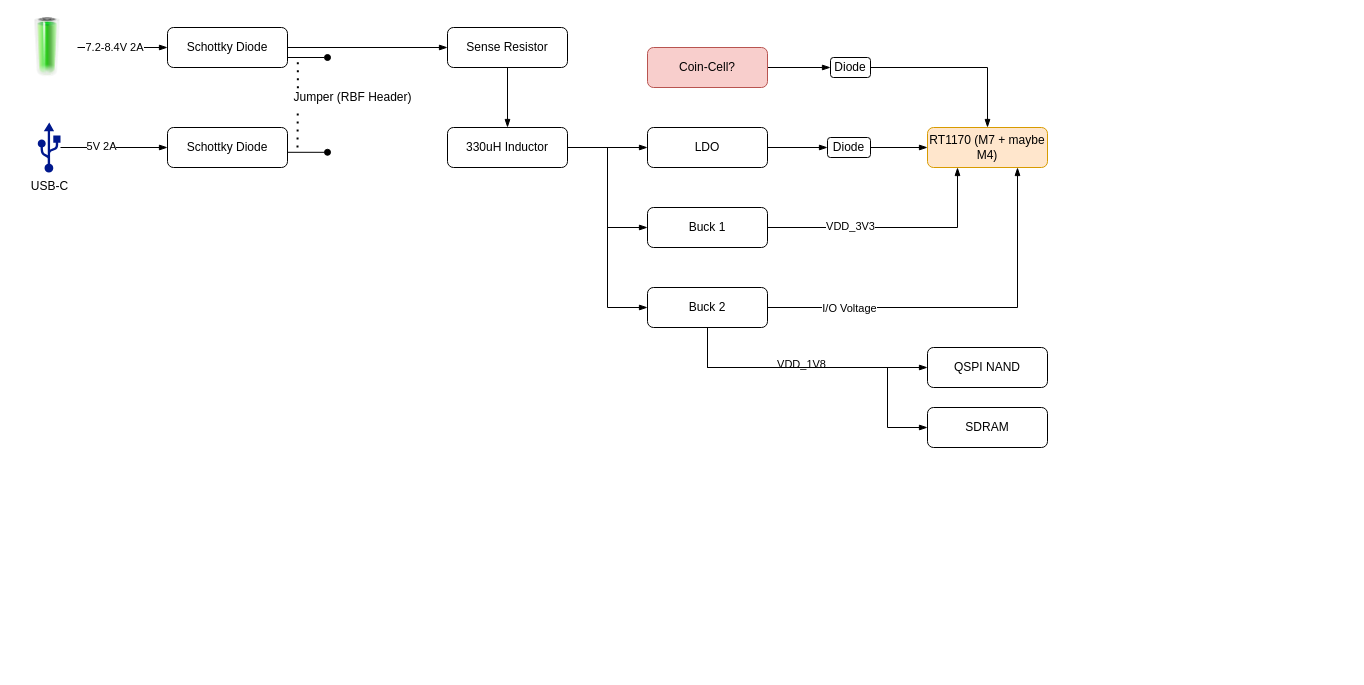
Before: cpu_board/power_diagram.drawio in polygnomial/adcs, a draw.io diagram. Source tidied: cells renumbered, new cells numbered last; positions are measured from the earlier drawing's top-left corner, leaving out a move shared by most shapes. Both pictures are drawn from the tidied source at 100%, with x=0, y=0 at pixel (17, 17).
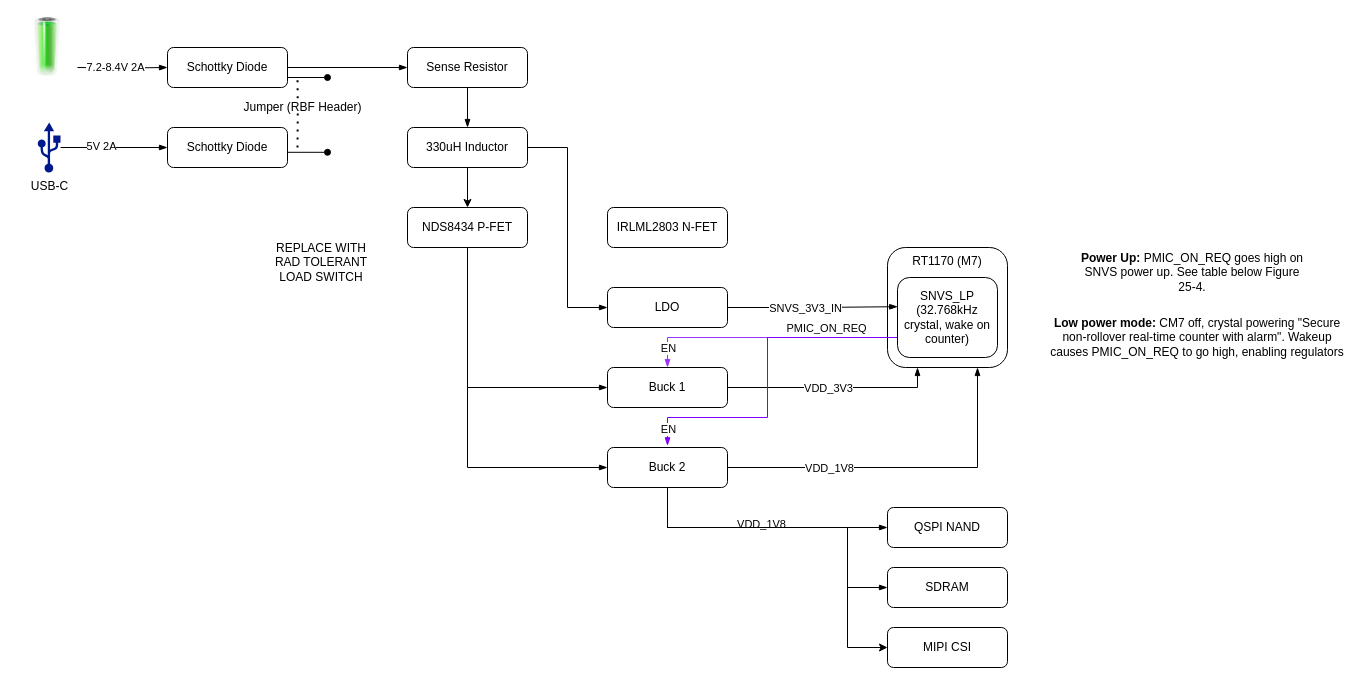
The same diagram, later.

The change refers to these unchanged cells:
```xml
<mxCell id="24" style="image;html=1;image=img/lib/clip_art/general/Battery_100_128x128.png;" parent="1" vertex="1">
  <mxGeometry width="60" height="60" as="geometry" />
</mxCell>
```

Change to the diagram source:
```diff
@@
-    <mxCell id="2" style="edgeStyle=orthogonalEdgeStyle;rounded=0;jettySize=auto;html=1;entryX=0.25;entryY=1;entryDx=0;entryDy=0;endArrow=blockThin;endFill=1;" parent="1" edge="1" source="4" target="31">
-      <mxGeometry relative="1" as="geometry" />
-    </mxCell>
-    <mxCell id="3" value="VDD_3V3" style="edgeLabel;html=1;align=center;verticalAlign=middle;" parent="2" vertex="1">
-      <mxGeometry x="-0.34" y="2" relative="1" as="geometry" />
-    </mxCell>
-    <mxCell id="4" value="Buck 1" style="rounded=1;whiteSpace=wrap;html=1;fontSize=12;glass=0;strokeWidth=1;shadow=0;" parent="1" vertex="1">
-      <mxGeometry x="630" y="190" width="120" height="40" as="geometry" />
-    </mxCell>
-    <mxCell id="5" style="edgeStyle=orthogonalEdgeStyle;rounded=0;jettySize=auto;html=1;entryX=0.75;entryY=1;entryDx=0;entryDy=0;endArrow=blockThin;endFill=1;" parent="1" edge="1" source="10" target="31">
-      <mxGeometry relative="1" as="geometry" />
-    </mxCell>
-    <mxCell id="6" value="I/O Voltage" style="edgeLabel;html=1;align=center;verticalAlign=middle;" parent="5" vertex="1">
-      <mxGeometry x="-0.61" y="2" relative="1" as="geometry">
-        <mxPoint x="5" y="2" as="offset" />
-      </mxGeometry>
-    </mxCell>
-    <mxCell id="7" style="edgeStyle=orthogonalEdgeStyle;rounded=0;jettySize=auto;html=1;endArrow=blockThin;endFill=1;entryX=0;entryY=0.5;entryDx=0;entryDy=0;" parent="1" edge="1" source="10" target="35">
-      <mxGeometry relative="1" as="geometry">
-        <Array as="points">
-          <mxPoint x="690" y="350" />
-        </Array>
-      </mxGeometry>
-    </mxCell>
-    <mxCell id="8" value="VDD_1V8" style="edgeLabel;html=1;align=center;verticalAlign=middle;" parent="7" vertex="1">
-      <mxGeometry x="0.02" y="3" relative="1" as="geometry">
-        <mxPoint y="-1" as="offset" />
-      </mxGeometry>
-    </mxCell>
-    <mxCell id="9" style="edgeStyle=orthogonalEdgeStyle;rounded=0;jettySize=auto;html=1;entryX=0;entryY=0.5;entryDx=0;entryDy=0;endArrow=blockThin;endFill=1;" parent="1" edge="1" source="10" target="34">
-      <mxGeometry relative="1" as="geometry">
-        <Array as="points">
-          <mxPoint x="690" y="350" />
-          <mxPoint x="870" y="350" />
-          <mxPoint x="870" y="410" />
-        </Array>
-      </mxGeometry>
-    </mxCell>
-    <mxCell id="10" value="Buck 2" style="rounded=1;whiteSpace=wrap;html=1;fontSize=12;glass=0;strokeWidth=1;shadow=0;" parent="1" vertex="1">
-      <mxGeometry x="630" y="270" width="120" height="40" as="geometry" />
-    </mxCell>
@@
-    <mxCell id="14" style="edgeStyle=orthogonalEdgeStyle;rounded=0;jettySize=auto;html=1;entryX=0;entryY=0.5;entryDx=0;entryDy=0;endArrow=blockThin;endFill=1;" parent="1" edge="1" source="15" target="39">
-      <mxGeometry relative="1" as="geometry" />
-    </mxCell>
-    <mxCell id="15" value="LDO" style="rounded=1;whiteSpace=wrap;html=1;fontSize=12;glass=0;strokeWidth=1;shadow=0;" parent="1" vertex="1">
-      <mxGeometry x="630" y="110" width="120" height="40" as="geometry" />
-    </mxCell>
@@
     <mxCell id="17" value="Sense Resistor" style="rounded=1;whiteSpace=wrap;html=1;fontSize=12;glass=0;strokeWidth=1;shadow=0;" parent="1" vertex="1">
-      <mxGeometry x="430" y="10" width="120" height="40" as="geometry" />
+      <mxGeometry x="390" y="30" width="120" height="40" as="geometry" />
     </mxCell>
-    <mxCell id="18" style="edgeStyle=orthogonalEdgeStyle;rounded=0;jettySize=auto;html=1;entryX=0;entryY=0.5;entryDx=0;entryDy=0;endArrow=blockThin;endFill=1;" parent="1" edge="1" source="21" target="15">
-      <mxGeometry relative="1" as="geometry" />
-    </mxCell>
-    <mxCell id="19" style="edgeStyle=orthogonalEdgeStyle;rounded=0;jettySize=auto;html=1;endArrow=blockThin;endFill=1;entryX=0;entryY=0.5;entryDx=0;entryDy=0;" parent="1" edge="1" source="21" target="4">
-      <mxGeometry relative="1" as="geometry" />
-    </mxCell>
-    <mxCell id="20" style="edgeStyle=orthogonalEdgeStyle;rounded=0;jettySize=auto;html=1;entryX=0;entryY=0.5;entryDx=0;entryDy=0;endArrow=blockThin;endFill=1;" parent="1" edge="1" source="21" target="10">
-      <mxGeometry relative="1" as="geometry" />
-    </mxCell>
+    <mxCell id="42" style="edgeStyle=orthogonalEdgeStyle;rounded=0;jettySize=auto;html=1;" parent="1" edge="1" source="21" target="43">
+      <mxGeometry relative="1" as="geometry" />
+    </mxCell>
     <mxCell id="21" value="330uH Inductor" style="rounded=1;whiteSpace=wrap;html=1;fontSize=12;glass=0;strokeWidth=1;shadow=0;" parent="1" vertex="1">
-      <mxGeometry x="430" y="110" width="120" height="40" as="geometry" />
+      <mxGeometry x="390" y="110" width="120" height="40" as="geometry" />
     </mxCell>
-    <mxCell id="22" style="edgeStyle=orthogonalEdgeStyle;rounded=0;jettySize=auto;html=1;endArrow=blockThin;endFill=1;entryX=0;entryY=0.5;entryDx=0;entryDy=0;" parent="1" edge="1" source="24" target="26">
-      <mxGeometry relative="1" as="geometry" />
+    <mxCell id="22" style="edgeStyle=orthogonalEdgeStyle;rounded=0;jettySize=auto;html=1;endArrow=blockThin;endFill=1;entryX=0;entryY=0.5;entryDx=0;entryDy=0;" parent="1" edge="1" target="26">
+      <mxGeometry relative="1" as="geometry">
+        <mxPoint x="60" y="50" as="sourcePoint" />
+      </mxGeometry>
     </mxCell>
@@
     <mxCell id="26" value="Schottky Diode" style="rounded=1;whiteSpace=wrap;html=1;fontSize=12;glass=0;strokeWidth=1;shadow=0;" parent="1" vertex="1">
-      <mxGeometry x="150" y="10" width="120" height="40" as="geometry" />
+      <mxGeometry x="150" y="30" width="120" height="40" as="geometry" />
     </mxCell>
@@
     <mxCell id="29" style="endArrow=oval;html=1;rounded=0;endFill=1;" parent="1" edge="1">
       <mxGeometry relative="1" as="geometry">
-        <mxPoint x="270" y="40" as="sourcePoint" />
-        <mxPoint x="310" y="40" as="targetPoint" />
+        <mxPoint x="270" y="60" as="sourcePoint" />
+        <mxPoint x="310" y="60" as="targetPoint" />
       </mxGeometry>
     </mxCell>
+    <mxCell id="40" style="endArrow=none;dashed=1;html=1;dashPattern=1 3;strokeWidth=2;rounded=0;entryX=0.079;entryY=1.075;entryDx=0;entryDy=0;entryPerimeter=0;" parent="1" edge="1">
+      <mxGeometry relative="1" as="geometry">
+        <mxPoint x="280" y="130" as="sourcePoint" />
+        <mxPoint x="280.3" y="91.5" as="targetPoint" />
+      </mxGeometry>
+    </mxCell>
+    <mxCell id="41" style="endArrow=none;dashed=1;html=1;dashPattern=1 3;strokeWidth=2;rounded=0;exitX=0.463;exitY=0.037;exitDx=0;exitDy=0;exitPerimeter=0;" parent="1" edge="1" source="30">
+      <mxGeometry relative="1" as="geometry">
+        <mxPoint x="280" y="60" as="targetPoint" />
+      </mxGeometry>
+    </mxCell>
     <mxCell id="30" value="Jumper (RBF Header)" style="text;html=1;align=center;verticalAlign=middle;points=[];strokeColor=none;fillColor=none;" parent="1" vertex="1">
-      <mxGeometry x="270" y="70" width="130" height="20" as="geometry" />
+      <mxGeometry x="220" y="80" width="130" height="20" as="geometry" />
     </mxCell>
-    <mxCell id="31" value="RT1170 (M7 + maybe M4)" style="rounded=1;whiteSpace=wrap;html=1;fontSize=12;glass=0;strokeWidth=1;shadow=0;fillColor=#ffe6cc;strokeColor=#d79b00;" parent="1" vertex="1">
-      <mxGeometry x="910" y="110" width="120" height="40" as="geometry" />
-    </mxCell>
-    <mxCell id="32" style="edgeStyle=orthogonalEdgeStyle;rounded=0;jettySize=auto;html=1;entryX=0;entryY=0.5;entryDx=0;entryDy=0;endArrow=blockThin;endFill=1;" parent="1" edge="1" source="33" target="37">
-      <mxGeometry relative="1" as="geometry" />
-    </mxCell>
-    <mxCell id="33" value="Coin-Cell?" style="rounded=1;whiteSpace=wrap;html=1;fontSize=12;glass=0;strokeWidth=1;shadow=0;fillColor=#f8cecc;strokeColor=#b85450;" parent="1" vertex="1">
-      <mxGeometry x="630" y="30" width="120" height="40" as="geometry" />
-    </mxCell>
+    <mxCell id="43" value="NDS8434 P-FET" style="rounded=1;whiteSpace=wrap;html=1;fontSize=12;glass=0;strokeWidth=1;shadow=0;" parent="1" vertex="1">
+      <mxGeometry x="390" y="190" width="120" height="40" as="geometry" />
+    </mxCell>
+    <mxCell id="44" value="RT1170 (M7)" style="rounded=1;whiteSpace=wrap;html=1;fontSize=12;glass=0;strokeWidth=1;shadow=0;horizontal=1;verticalAlign=top;" parent="1" vertex="1">
+      <mxGeometry x="870" y="230" width="120" height="120" as="geometry" />
+    </mxCell>
+    <mxCell id="45" style="edgeStyle=orthogonalEdgeStyle;rounded=0;jettySize=auto;html=1;entryX=0.25;entryY=1;entryDx=0;entryDy=0;endArrow=blockThin;endFill=1;" parent="1" edge="1" source="4" target="44">
+      <mxGeometry relative="1" as="geometry" />
+    </mxCell>
+    <mxCell id="3" value="VDD_3V3" style="edgeLabel;html=1;align=center;verticalAlign=middle;" parent="45" vertex="1">
+      <mxGeometry x="-0.34" y="2" relative="1" as="geometry">
+        <mxPoint x="31" y="2" as="offset" />
+      </mxGeometry>
+    </mxCell>
+    <mxCell id="4" value="Buck 1" style="rounded=1;whiteSpace=wrap;html=1;fontSize=12;glass=0;strokeWidth=1;shadow=0;" parent="1" vertex="1">
+      <mxGeometry x="590" y="350" width="120" height="40" as="geometry" />
+    </mxCell>
+    <mxCell id="46" style="edgeStyle=orthogonalEdgeStyle;rounded=0;jettySize=auto;html=1;entryX=0.75;entryY=1;entryDx=0;entryDy=0;endArrow=blockThin;endFill=1;" parent="1" edge="1" source="10" target="44">
+      <mxGeometry relative="1" as="geometry" />
+    </mxCell>
+    <mxCell id="47" value="VDD_1V8" style="edgeLabel;html=1;align=center;verticalAlign=middle;" parent="46" vertex="1">
+      <mxGeometry x="-0.61" y="2" relative="1" as="geometry">
+        <mxPoint x="33" y="2" as="offset" />
+      </mxGeometry>
+    </mxCell>
+    <mxCell id="7" style="edgeStyle=orthogonalEdgeStyle;rounded=0;jettySize=auto;html=1;endArrow=blockThin;endFill=1;entryX=0;entryY=0.5;entryDx=0;entryDy=0;" parent="1" edge="1" source="10" target="35">
+      <mxGeometry relative="1" as="geometry">
+        <Array as="points">
+          <mxPoint x="650" y="510" />
+        </Array>
+      </mxGeometry>
+    </mxCell>
+    <mxCell id="48" value="VDD_1V8" style="edgeLabel;html=1;align=center;verticalAlign=middle;" parent="7" vertex="1">
+      <mxGeometry x="0.02" y="3" relative="1" as="geometry">
+        <mxPoint y="-1" as="offset" />
+      </mxGeometry>
+    </mxCell>
+    <mxCell id="9" style="edgeStyle=orthogonalEdgeStyle;rounded=0;jettySize=auto;html=1;entryX=0;entryY=0.5;entryDx=0;entryDy=0;endArrow=blockThin;endFill=1;" parent="1" edge="1" source="10" target="34">
+      <mxGeometry relative="1" as="geometry">
+        <Array as="points">
+          <mxPoint x="650" y="510" />
+          <mxPoint x="830" y="510" />
+          <mxPoint x="830" y="570" />
+        </Array>
+      </mxGeometry>
+    </mxCell>
+    <mxCell id="49" style="edgeStyle=orthogonalEdgeStyle;rounded=0;jettySize=auto;html=1;entryX=0;entryY=0.5;entryDx=0;entryDy=0;" parent="1" edge="1" source="10" target="60">
+      <mxGeometry relative="1" as="geometry">
+        <Array as="points">
+          <mxPoint x="650" y="510" />
+          <mxPoint x="830" y="510" />
+          <mxPoint x="830" y="630" />
+        </Array>
+      </mxGeometry>
+    </mxCell>
+    <mxCell id="10" value="Buck 2" style="rounded=1;whiteSpace=wrap;html=1;fontSize=12;glass=0;strokeWidth=1;shadow=0;" parent="1" vertex="1">
+      <mxGeometry x="590" y="430" width="120" height="40" as="geometry" />
+    </mxCell>
+    <mxCell id="50" style="edgeStyle=orthogonalEdgeStyle;rounded=0;jettySize=auto;html=1;entryX=0.002;entryY=0.365;entryDx=0;entryDy=0;endArrow=blockThin;endFill=1;entryPerimeter=0;" parent="1" edge="1" source="15" target="59">
+      <mxGeometry relative="1" as="geometry" />
+    </mxCell>
+    <mxCell id="51" value="SNVS_3V3_IN" style="edgeLabel;html=1;align=center;verticalAlign=middle;" parent="50" vertex="1">
+      <mxGeometry x="-0.1" relative="1" as="geometry" />
+    </mxCell>
+    <mxCell id="15" value="LDO" style="rounded=1;whiteSpace=wrap;html=1;fontSize=12;glass=0;strokeWidth=1;shadow=0;" parent="1" vertex="1">
+      <mxGeometry x="590" y="270" width="120" height="40" as="geometry" />
+    </mxCell>
+    <mxCell id="18" style="edgeStyle=orthogonalEdgeStyle;rounded=0;jettySize=auto;html=1;entryX=0;entryY=0.5;entryDx=0;entryDy=0;endArrow=blockThin;endFill=1;exitX=1;exitY=0.5;exitDx=0;exitDy=0;" parent="1" edge="1" source="21" target="15">
+      <mxGeometry relative="1" as="geometry">
+        <Array as="points">
+          <mxPoint x="550" y="130" />
+          <mxPoint x="550" y="290" />
+        </Array>
+      </mxGeometry>
+    </mxCell>
+    <mxCell id="52" style="edgeStyle=orthogonalEdgeStyle;rounded=0;jettySize=auto;html=1;endArrow=blockThin;endFill=1;entryX=0;entryY=0.5;entryDx=0;entryDy=0;exitX=0.5;exitY=1;exitDx=0;exitDy=0;" parent="1" edge="1" source="43" target="4">
+      <mxGeometry relative="1" as="geometry" />
+    </mxCell>
+    <mxCell id="53" style="edgeStyle=orthogonalEdgeStyle;rounded=0;jettySize=auto;html=1;entryX=0;entryY=0.5;entryDx=0;entryDy=0;endArrow=blockThin;endFill=1;exitX=0.5;exitY=1;exitDx=0;exitDy=0;" parent="1" edge="1" source="43" target="10">
+      <mxGeometry relative="1" as="geometry" />
+    </mxCell>
     <mxCell id="34" value="SDRAM" style="rounded=1;whiteSpace=wrap;html=1;fontSize=12;glass=0;strokeWidth=1;shadow=0;" parent="1" vertex="1">
-      <mxGeometry x="910" y="390" width="120" height="40" as="geometry" />
+      <mxGeometry x="870" y="550" width="120" height="40" as="geometry" />
     </mxCell>
     <mxCell id="35" value="QSPI NAND" style="rounded=1;whiteSpace=wrap;html=1;fontSize=12;glass=0;strokeWidth=1;shadow=0;" parent="1" vertex="1">
-      <mxGeometry x="910" y="330" width="120" height="40" as="geometry" />
+      <mxGeometry x="870" y="490" width="120" height="40" as="geometry" />
     </mxCell>
-    <mxCell id="36" style="edgeStyle=orthogonalEdgeStyle;rounded=0;jettySize=auto;html=1;entryX=0.5;entryY=0;entryDx=0;entryDy=0;endArrow=blockThin;endFill=1;" parent="1" edge="1" source="37" target="31">
-      <mxGeometry relative="1" as="geometry" />
-    </mxCell>
-    <mxCell id="37" value="Diode" style="rounded=1;whiteSpace=wrap;html=1;fontSize=12;glass=0;strokeWidth=1;shadow=0;" parent="1" vertex="1">
-      <mxGeometry x="813" y="40" width="40" height="20" as="geometry" />
-    </mxCell>
-    <mxCell id="38" style="edgeStyle=orthogonalEdgeStyle;rounded=0;jettySize=auto;html=1;entryX=0;entryY=0.5;entryDx=0;entryDy=0;endArrow=blockThin;endFill=1;" parent="1" edge="1" source="39" target="31">
-      <mxGeometry relative="1" as="geometry" />
-    </mxCell>
-    <mxCell id="39" value="Diode" style="rounded=1;whiteSpace=wrap;html=1;fontSize=12;glass=0;strokeWidth=1;shadow=0;" parent="1" vertex="1">
-      <mxGeometry x="810" y="120" width="43" height="20" as="geometry" />
-    </mxCell>
-    <mxCell id="40" style="endArrow=none;dashed=1;html=1;dashPattern=1 3;strokeWidth=2;rounded=0;entryX=0.079;entryY=1.075;entryDx=0;entryDy=0;entryPerimeter=0;" parent="1" edge="1" target="30">
-      <mxGeometry relative="1" as="geometry">
-        <mxPoint x="280" y="130" as="sourcePoint" />
-      </mxGeometry>
-    </mxCell>
-    <mxCell id="41" style="endArrow=none;dashed=1;html=1;dashPattern=1 3;strokeWidth=2;rounded=0;entryX=0.079;entryY=1.075;entryDx=0;entryDy=0;entryPerimeter=0;exitX=0.08;exitY=0.04;exitDx=0;exitDy=0;exitPerimeter=0;" parent="1" edge="1" source="30">
-      <mxGeometry relative="1" as="geometry">
-        <mxPoint x="280.3" y="40" as="targetPoint" />
-      </mxGeometry>
-    </mxCell>
+    <mxCell id="54" style="edgeStyle=orthogonalEdgeStyle;rounded=0;jettySize=auto;html=1;entryX=0.5;entryY=0;entryDx=0;entryDy=0;startArrow=none;startFill=0;endArrow=blockThin;endFill=1;strokeColor=#9933FF;" parent="1" edge="1" source="59" target="4">
+      <mxGeometry relative="1" as="geometry">
+        <Array as="points">
+          <mxPoint x="650" y="320" />
+        </Array>
+      </mxGeometry>
+    </mxCell>
+    <mxCell id="55" value="EN" style="edgeLabel;html=1;align=center;verticalAlign=middle;" parent="54" vertex="1">
+      <mxGeometry x="0.94" y="-1" relative="1" as="geometry">
+        <mxPoint x="1" y="-12" as="offset" />
+      </mxGeometry>
+    </mxCell>
+    <mxCell id="56" style="edgeStyle=orthogonalEdgeStyle;rounded=0;jettySize=auto;html=1;startArrow=none;startFill=0;endArrow=blockThin;endFill=1;strokeColor=#7F00FF;entryX=0.5;entryY=-0.043;entryDx=0;entryDy=0;entryPerimeter=0;" parent="1" edge="1" source="59" target="10">
+      <mxGeometry relative="1" as="geometry">
+        <Array as="points">
+          <mxPoint x="750" y="320" />
+          <mxPoint x="750" y="400" />
+          <mxPoint x="650" y="400" />
+        </Array>
+      </mxGeometry>
+    </mxCell>
+    <mxCell id="57" value="PMIC_ON_REQ" style="edgeLabel;html=1;align=center;verticalAlign=middle;" parent="56" vertex="1">
+      <mxGeometry x="-0.48" y="2" relative="1" as="geometry">
+        <mxPoint x="16" y="-12" as="offset" />
+      </mxGeometry>
+    </mxCell>
+    <mxCell id="58" value="EN" style="edgeLabel;html=1;align=center;verticalAlign=middle;" parent="56" vertex="1">
+      <mxGeometry x="0.95" relative="1" as="geometry">
+        <mxPoint y="-9" as="offset" />
+      </mxGeometry>
+    </mxCell>
+    <mxCell id="59" value="SNVS_LP (32.768kHz crystal, wake on counter)" style="rounded=1;whiteSpace=wrap;html=1;fontSize=12;glass=0;strokeWidth=1;shadow=0;" parent="1" vertex="1">
+      <mxGeometry x="880" y="260" width="100" height="80" as="geometry" />
+    </mxCell>
+    <mxCell id="60" value="MIPI CSI" style="rounded=1;whiteSpace=wrap;html=1;fontSize=12;glass=0;strokeWidth=1;shadow=0;" parent="1" vertex="1">
+      <mxGeometry x="870" y="610" width="120" height="40" as="geometry" />
+    </mxCell>
+    <mxCell id="61" value="&lt;b&gt;Low power mode:&lt;/b&gt; CM7 off, crystal powering &quot;Secure non-rollover real-time counter with alarm&quot;. Wakeup causes PMIC_ON_REQ to go high, enabling regulators" style="text;html=1;strokeColor=none;fillColor=none;align=center;verticalAlign=middle;whiteSpace=wrap;rounded=0;" parent="1" vertex="1">
+      <mxGeometry x="1030" y="305" width="300" height="30" as="geometry" />
+    </mxCell>
+    <mxCell id="62" value="IRLML2803 N-FET" style="rounded=1;whiteSpace=wrap;html=1;fontSize=12;glass=0;strokeWidth=1;shadow=0;" parent="1" vertex="1">
+      <mxGeometry x="590" y="190" width="120" height="40" as="geometry" />
+    </mxCell>
+    <mxCell id="63" value="&lt;b&gt;Power Up:&amp;nbsp;&lt;/b&gt;PMIC_ON_REQ goes high on SNVS power up. See table below&amp;nbsp;Figure 25-4." style="text;html=1;strokeColor=none;fillColor=none;align=center;verticalAlign=middle;whiteSpace=wrap;rounded=0;" parent="1" vertex="1">
+      <mxGeometry x="1060" y="240" width="230" height="30" as="geometry" />
+    </mxCell>
+    <mxCell id="64" value="REPLACE WITH RAD TOLERANT LOAD SWITCH" style="text;html=1;strokeColor=none;fillColor=none;align=center;verticalAlign=middle;whiteSpace=wrap;rounded=0;" parent="1" vertex="1">
+      <mxGeometry x="244" y="230" width="120" height="30" as="geometry" />
+    </mxCell>
```
